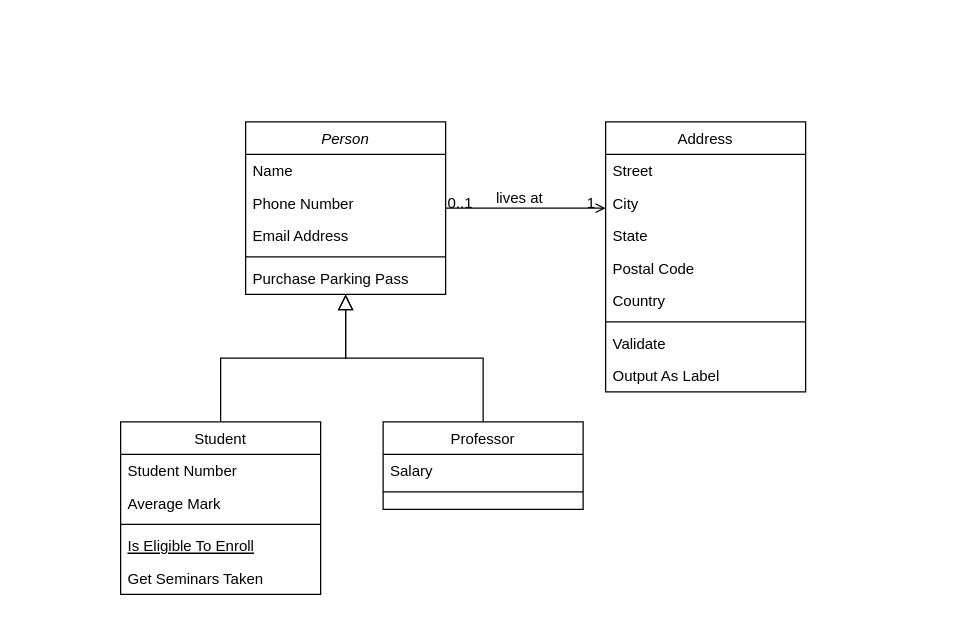
Above: loteria.drawio in alekusa/loteria (draw.io), before the change. Source tidied: cells renumbered, new cells numbered last; positions are measured from the earlier drawing's top-left corner, leaving out a move shared by most shapes. Both pictures are drawn from the tidied source at 125%, with x=0, y=0 at pixel (120, 121).
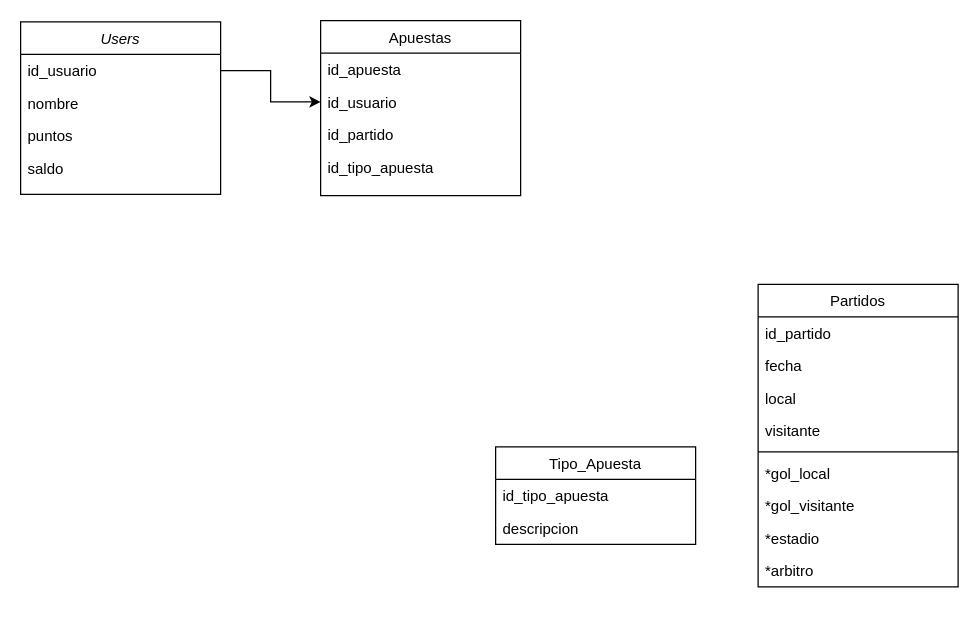
The same page after the edit.

Diff of the diagram source:
```diff
@@
-    <mxCell id="2" value="Person" style="swimlane;fontStyle=2;align=center;verticalAlign=top;horizontal=1;startSize=26;rounded=0;shadow=0;strokeWidth=1;" parent="1" vertex="1">
-      <mxGeometry x="100" width="160" height="138" as="geometry" />
+    <mxCell id="2" value="Users" style="swimlane;fontStyle=2;align=center;verticalAlign=top;horizontal=1;startSize=26;rounded=0;shadow=0;strokeWidth=1;" parent="1" vertex="1">
+      <mxGeometry x="-80" y="-80" width="160" height="138" as="geometry" />
     </mxCell>
-    <mxCell id="3" value="Name" style="text;align=left;verticalAlign=top;spacingLeft=4;spacingRight=4;overflow=hidden;points=[[0,0.5],[1,0.5]];portConstraint=eastwest;" parent="2" vertex="1">
+    <mxCell id="3" value="id_usuario" style="text;align=left;verticalAlign=top;spacingLeft=4;spacingRight=4;overflow=hidden;points=[[0,0.5],[1,0.5]];portConstraint=eastwest;" parent="2" vertex="1">
       <mxGeometry y="26" width="160" height="26" as="geometry" />
     </mxCell>
-    <mxCell id="4" value="Phone Number" style="text;align=left;verticalAlign=top;spacingLeft=4;spacingRight=4;overflow=hidden;rounded=0;shadow=0;html=0;" parent="2" vertex="1">
+    <mxCell id="4" value="nombre" style="text;align=left;verticalAlign=top;spacingLeft=4;spacingRight=4;overflow=hidden;rounded=0;shadow=0;html=0;" parent="2" vertex="1">
       <mxGeometry y="52" width="160" height="26" as="geometry" />
     </mxCell>
-    <mxCell id="5" value="Email Address" style="text;align=left;verticalAlign=top;spacingLeft=4;spacingRight=4;overflow=hidden;rounded=0;shadow=0;html=0;" parent="2" vertex="1">
+    <mxCell id="5" value="puntos" style="text;align=left;verticalAlign=top;spacingLeft=4;spacingRight=4;overflow=hidden;rounded=0;shadow=0;html=0;" parent="2" vertex="1">
       <mxGeometry y="78" width="160" height="26" as="geometry" />
     </mxCell>
-    <mxCell id="6" style="line;html=1;strokeWidth=1;align=left;verticalAlign=middle;spacingTop=-1;spacingLeft=3;spacingRight=3;labelPosition=right;" parent="2" vertex="1">
-      <mxGeometry y="104" width="160" height="8" as="geometry" />
-    </mxCell>
-    <mxCell id="7" value="Purchase Parking Pass" style="text;align=left;verticalAlign=top;spacingLeft=4;spacingRight=4;overflow=hidden;" parent="2" vertex="1">
-      <mxGeometry y="112" width="160" height="26" as="geometry" />
+    <mxCell id="7" value="saldo" style="text;align=left;verticalAlign=top;spacingLeft=4;spacingRight=4;overflow=hidden;" parent="2" vertex="1">
+      <mxGeometry y="104" width="160" height="26" as="geometry" />
     </mxCell>
-    <mxCell id="8" value="Student" style="swimlane;fontStyle=0;align=center;verticalAlign=top;horizontal=1;startSize=26;rounded=0;shadow=0;strokeWidth=1;" parent="1" vertex="1">
-      <mxGeometry y="240" width="160" height="138" as="geometry" />
+    <mxCell id="8" value="Apuestas" style="swimlane;fontStyle=0;align=center;verticalAlign=top;horizontal=1;startSize=26;rounded=0;shadow=0;strokeWidth=1;" parent="1" vertex="1">
+      <mxGeometry x="160" y="-81" width="160" height="140" as="geometry" />
     </mxCell>
-    <mxCell id="9" value="Student Number" style="text;align=left;verticalAlign=top;spacingLeft=4;spacingRight=4;overflow=hidden;" parent="8" vertex="1">
+    <mxCell id="9" value="id_apuesta" style="text;align=left;verticalAlign=top;spacingLeft=4;spacingRight=4;overflow=hidden;" parent="8" vertex="1">
       <mxGeometry y="26" width="160" height="26" as="geometry" />
     </mxCell>
-    <mxCell id="10" value="Average Mark" style="text;align=left;verticalAlign=top;spacingLeft=4;spacingRight=4;overflow=hidden;points=[[0,0.5],[1,0.5]];portConstraint=eastwest;rounded=0;shadow=0;html=0;" parent="8" vertex="1">
+    <mxCell id="10" value="id_usuario" style="text;align=left;verticalAlign=top;spacingLeft=4;spacingRight=4;overflow=hidden;points=[[0,0.5],[1,0.5]];portConstraint=eastwest;rounded=0;shadow=0;html=0;" parent="8" vertex="1">
       <mxGeometry y="52" width="160" height="26" as="geometry" />
     </mxCell>
-    <mxCell id="11" style="line;html=1;strokeWidth=1;align=left;verticalAlign=middle;spacingTop=-1;spacingLeft=3;spacingRight=3;labelPosition=right;" parent="8" vertex="1">
-      <mxGeometry y="78" width="160" height="8" as="geometry" />
-    </mxCell>
-    <mxCell id="12" value="Is Eligible To Enroll" style="text;align=left;verticalAlign=top;spacingLeft=4;spacingRight=4;overflow=hidden;fontStyle=4;" parent="8" vertex="1">
-      <mxGeometry y="86" width="160" height="26" as="geometry" />
+    <mxCell id="12" value="id_partido" style="text;align=left;verticalAlign=top;spacingLeft=4;spacingRight=4;overflow=hidden;fontStyle=0;" parent="8" vertex="1">
+      <mxGeometry y="78" width="160" height="26" as="geometry" />
     </mxCell>
-    <mxCell id="13" value="Get Seminars Taken" style="text;align=left;verticalAlign=top;spacingLeft=4;spacingRight=4;overflow=hidden;" parent="8" vertex="1">
-      <mxGeometry y="112" width="160" height="26" as="geometry" />
+    <mxCell id="13" value="id_tipo_apuesta" style="text;align=left;verticalAlign=top;spacingLeft=4;spacingRight=4;overflow=hidden;" parent="8" vertex="1">
+      <mxGeometry y="104" width="160" height="26" as="geometry" />
     </mxCell>
-    <mxCell id="14" style="endArrow=block;endSize=10;endFill=0;shadow=0;strokeWidth=1;rounded=0;edgeStyle=elbowEdgeStyle;elbow=vertical;" parent="1" edge="1" source="8" target="2">
-      <mxGeometry relative="1" as="geometry" />
-    </mxCell>
-    <mxCell id="15" value="Professor" style="swimlane;fontStyle=0;align=center;verticalAlign=top;horizontal=1;startSize=26;rounded=0;shadow=0;strokeWidth=1;" parent="1" vertex="1">
-      <mxGeometry x="210" y="240" width="160" height="70" as="geometry" />
+    <mxCell id="15" value="Tipo_Apuesta" style="swimlane;fontStyle=0;align=center;verticalAlign=top;horizontal=1;startSize=26;rounded=0;shadow=0;strokeWidth=1;" parent="1" vertex="1">
+      <mxGeometry x="300" y="260" width="160" height="78" as="geometry" />
     </mxCell>
-    <mxCell id="16" value="Salary" style="text;align=left;verticalAlign=top;spacingLeft=4;spacingRight=4;overflow=hidden;" parent="15" vertex="1">
+    <mxCell id="16" value="id_tipo_apuesta" style="text;align=left;verticalAlign=top;spacingLeft=4;spacingRight=4;overflow=hidden;" parent="15" vertex="1">
       <mxGeometry y="26" width="160" height="26" as="geometry" />
     </mxCell>
-    <mxCell id="17" style="line;html=1;strokeWidth=1;align=left;verticalAlign=middle;spacingTop=-1;spacingLeft=3;spacingRight=3;labelPosition=right;" parent="15" vertex="1">
-      <mxGeometry y="52" width="160" height="8" as="geometry" />
-    </mxCell>
-    <mxCell id="18" style="endArrow=block;endSize=10;endFill=0;shadow=0;strokeWidth=1;rounded=0;edgeStyle=elbowEdgeStyle;elbow=vertical;" parent="1" edge="1" source="15" target="2">
-      <mxGeometry relative="1" as="geometry" />
-    </mxCell>
+    <mxCell id="32" value="descripcion" style="text;align=left;verticalAlign=top;spacingLeft=4;spacingRight=4;overflow=hidden;" parent="15" vertex="1">
+      <mxGeometry y="52" width="160" height="26" as="geometry" />
+    </mxCell>
-    <mxCell id="19" value="Address" style="swimlane;fontStyle=0;align=center;verticalAlign=top;horizontal=1;startSize=26;rounded=0;shadow=0;strokeWidth=1;" parent="1" vertex="1">
-      <mxGeometry x="388" width="160" height="216" as="geometry" />
+    <mxCell id="19" value="Partidos" style="swimlane;fontStyle=0;align=center;verticalAlign=top;horizontal=1;startSize=26;rounded=0;shadow=0;strokeWidth=1;" parent="1" vertex="1">
+      <mxGeometry x="510" y="130" width="160" height="242" as="geometry" />
     </mxCell>
-    <mxCell id="20" value="Street" style="text;align=left;verticalAlign=top;spacingLeft=4;spacingRight=4;overflow=hidden;" parent="19" vertex="1">
+    <mxCell id="20" value="id_partido" style="text;align=left;verticalAlign=top;spacingLeft=4;spacingRight=4;overflow=hidden;" parent="19" vertex="1">
       <mxGeometry y="26" width="160" height="26" as="geometry" />
     </mxCell>
-    <mxCell id="21" value="City" style="text;align=left;verticalAlign=top;spacingLeft=4;spacingRight=4;overflow=hidden;rounded=0;shadow=0;html=0;" parent="19" vertex="1">
+    <mxCell id="21" value="fecha" style="text;align=left;verticalAlign=top;spacingLeft=4;spacingRight=4;overflow=hidden;rounded=0;shadow=0;html=0;" parent="19" vertex="1">
       <mxGeometry y="52" width="160" height="26" as="geometry" />
     </mxCell>
-    <mxCell id="22" value="State" style="text;align=left;verticalAlign=top;spacingLeft=4;spacingRight=4;overflow=hidden;rounded=0;shadow=0;html=0;" parent="19" vertex="1">
+    <mxCell id="22" value="local" style="text;align=left;verticalAlign=top;spacingLeft=4;spacingRight=4;overflow=hidden;rounded=0;shadow=0;html=0;" parent="19" vertex="1">
       <mxGeometry y="78" width="160" height="26" as="geometry" />
     </mxCell>
-    <mxCell id="23" value="Postal Code" style="text;align=left;verticalAlign=top;spacingLeft=4;spacingRight=4;overflow=hidden;rounded=0;shadow=0;html=0;" parent="19" vertex="1">
+    <mxCell id="23" value="visitante" style="text;align=left;verticalAlign=top;spacingLeft=4;spacingRight=4;overflow=hidden;rounded=0;shadow=0;html=0;" parent="19" vertex="1">
       <mxGeometry y="104" width="160" height="26" as="geometry" />
     </mxCell>
-    <mxCell id="24" value="Country" style="text;align=left;verticalAlign=top;spacingLeft=4;spacingRight=4;overflow=hidden;rounded=0;shadow=0;html=0;" parent="19" vertex="1">
-      <mxGeometry y="130" width="160" height="26" as="geometry" />
-    </mxCell>
     <mxCell id="25" style="line;html=1;strokeWidth=1;align=left;verticalAlign=middle;spacingTop=-1;spacingLeft=3;spacingRight=3;labelPosition=right;" parent="19" vertex="1">
-      <mxGeometry y="156" width="160" height="8" as="geometry" />
+      <mxGeometry y="130" width="160" height="8" as="geometry" />
     </mxCell>
-    <mxCell id="26" value="Validate" style="text;align=left;verticalAlign=top;spacingLeft=4;spacingRight=4;overflow=hidden;" parent="19" vertex="1">
-      <mxGeometry y="164" width="160" height="26" as="geometry" />
+    <mxCell id="26" value="*gol_local" style="text;align=left;verticalAlign=top;spacingLeft=4;spacingRight=4;overflow=hidden;" parent="19" vertex="1">
+      <mxGeometry y="138" width="160" height="26" as="geometry" />
     </mxCell>
-    <mxCell id="27" value="Output As Label" style="text;align=left;verticalAlign=top;spacingLeft=4;spacingRight=4;overflow=hidden;" parent="19" vertex="1">
-      <mxGeometry y="190" width="160" height="26" as="geometry" />
+    <mxCell id="27" value="*gol_visitante" style="text;align=left;verticalAlign=top;spacingLeft=4;spacingRight=4;overflow=hidden;" parent="19" vertex="1">
+      <mxGeometry y="164" width="160" height="26" as="geometry" />
     </mxCell>
-    <mxCell id="28" style="endArrow=open;shadow=0;strokeWidth=1;rounded=0;endFill=1;edgeStyle=elbowEdgeStyle;elbow=vertical;" parent="1" edge="1" source="2" target="19">
-      <mxGeometry x="0.5" y="41" relative="1" as="geometry">
-        <mxPoint x="-40" y="32" as="offset" />
-      </mxGeometry>
-    </mxCell>
-    <mxCell id="29" value="0..1" style="align=left;verticalAlign=bottom;labelBackgroundColor=none;fontSize=12;" parent="28" vertex="1">
-      <mxGeometry x="-1" relative="1" as="geometry">
-        <mxPoint y="4" as="offset" />
-      </mxGeometry>
-    </mxCell>
-    <mxCell id="30" value="1" style="align=right;verticalAlign=bottom;labelBackgroundColor=none;fontSize=12;" parent="28" vertex="1">
-      <mxGeometry x="1" relative="1" as="geometry">
-        <mxPoint x="-7" y="4" as="offset" />
-      </mxGeometry>
-    </mxCell>
-    <mxCell id="31" value="lives at" style="text;html=1;align=center;verticalAlign=middle;labelBackgroundColor=none;rounded=0;shadow=0;strokeWidth=1;fontSize=12;" parent="28" vertex="1">
-      <mxGeometry x="0.5" y="49" relative="1" as="geometry">
-        <mxPoint x="-38" y="40" as="offset" />
-      </mxGeometry>
-    </mxCell>
+    <mxCell id="33" value="*estadio" style="text;align=left;verticalAlign=top;spacingLeft=4;spacingRight=4;overflow=hidden;" parent="19" vertex="1">
+      <mxGeometry y="190" width="160" height="26" as="geometry" />
+    </mxCell>
+    <mxCell id="34" value="*arbitro" style="text;align=left;verticalAlign=top;spacingLeft=4;spacingRight=4;overflow=hidden;" parent="19" vertex="1">
+      <mxGeometry y="216" width="160" height="26" as="geometry" />
+    </mxCell>
+    <mxCell id="35" style="edgeStyle=orthogonalEdgeStyle;rounded=0;jettySize=auto;html=1;exitX=1;exitY=0.5;exitDx=0;exitDy=0;" parent="1" edge="1" source="3" target="10">
+      <mxGeometry relative="1" as="geometry" />
+    </mxCell>
```
